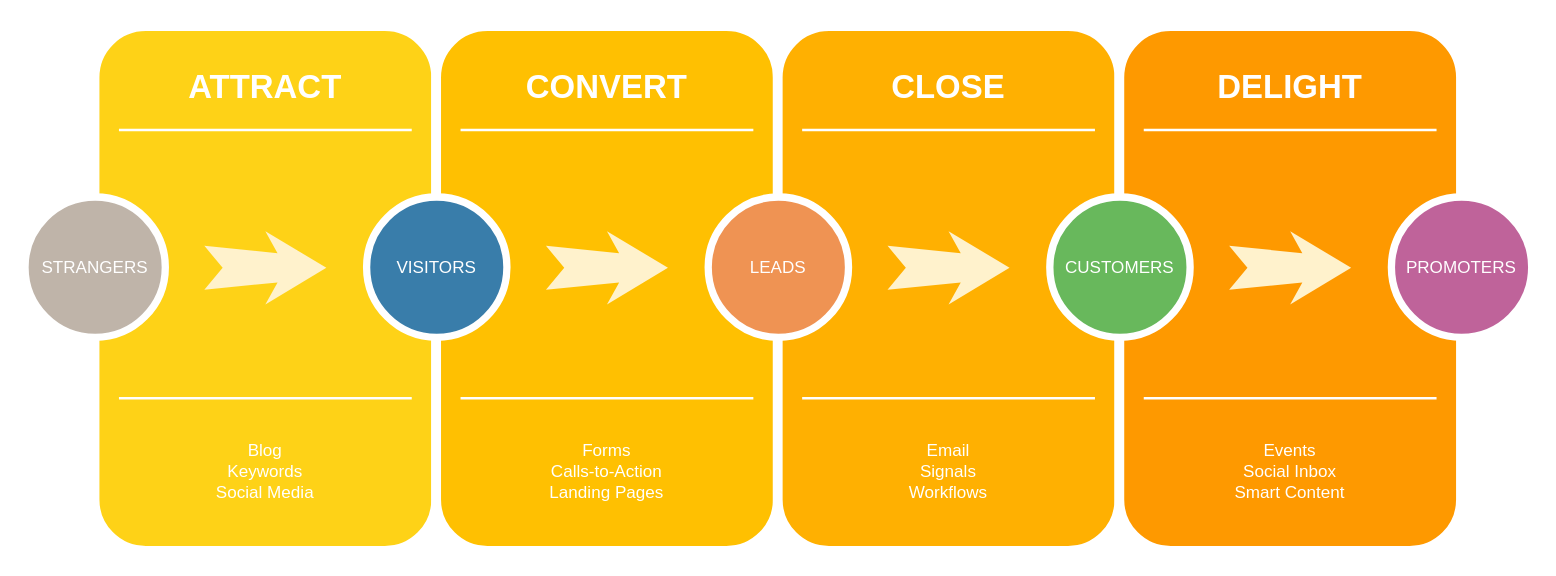
Above: footprint/Untitled Diagram.drawio in jLab-tech/jLab-Web3-Fullstack-Practice (draw.io), before the change. Source tidied: cells renumbered, new cells numbered last; positions are measured from the earlier drawing's top-left corner, leaving out a move shared by most shapes. Both pictures are drawn from the tidied source at 122%, with x=0, y=0 at pixel (24, 26).
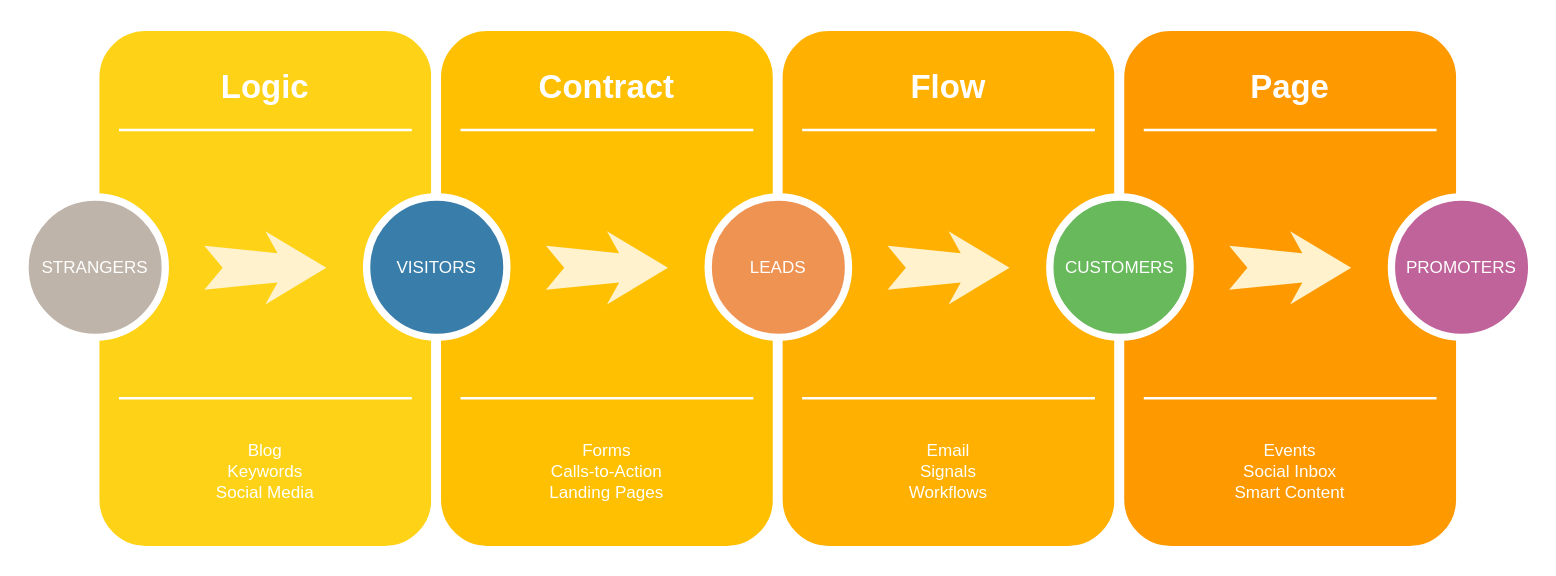
The same page after the edit.

Change to the diagram source:
```diff
@@
-    <mxCell id="3" value="ATTRACT" style="text;html=1;strokeColor=none;fillColor=none;align=center;verticalAlign=middle;whiteSpace=wrap;rounded=0;shadow=0;fontSize=27;fontColor=#FFFFFF;fontStyle=1;" parent="1" vertex="1">
+    <mxCell id="3" value="Logic" style="text;html=1;strokeColor=none;fillColor=none;align=center;verticalAlign=middle;whiteSpace=wrap;rounded=0;shadow=0;fontSize=27;fontColor=#FFFFFF;fontStyle=1;" parent="1" vertex="1">
       <mxGeometry x="57" y="20" width="280" height="60" as="geometry" />
     </mxCell>
@@
-    <mxCell id="10" value="CONVERT" style="text;html=1;strokeColor=none;fillColor=none;align=center;verticalAlign=middle;whiteSpace=wrap;rounded=0;shadow=0;fontSize=27;fontColor=#FFFFFF;fontStyle=1;" parent="1" vertex="1">
+    <mxCell id="10" value="Contract" style="text;html=1;strokeColor=none;fillColor=none;align=center;verticalAlign=middle;whiteSpace=wrap;rounded=0;shadow=0;fontSize=27;fontColor=#FFFFFF;fontStyle=1;" parent="1" vertex="1">
       <mxGeometry x="337" y="20" width="280" height="60" as="geometry" />
     </mxCell>
@@
-    <mxCell id="17" value="CLOSE" style="text;html=1;strokeColor=none;fillColor=none;align=center;verticalAlign=middle;whiteSpace=wrap;rounded=0;shadow=0;fontSize=27;fontColor=#FFFFFF;fontStyle=1;" parent="1" vertex="1">
+    <mxCell id="17" value="Flow" style="text;html=1;strokeColor=none;fillColor=none;align=center;verticalAlign=middle;whiteSpace=wrap;rounded=0;shadow=0;fontSize=27;fontColor=#FFFFFF;fontStyle=1;" parent="1" vertex="1">
       <mxGeometry x="617" y="20" width="280" height="60" as="geometry" />
     </mxCell>
@@
-    <mxCell id="24" value="DELIGHT" style="text;html=1;strokeColor=none;fillColor=none;align=center;verticalAlign=middle;whiteSpace=wrap;rounded=0;shadow=0;fontSize=27;fontColor=#FFFFFF;fontStyle=1;" parent="1" vertex="1">
+    <mxCell id="24" value="Page" style="text;html=1;strokeColor=none;fillColor=none;align=center;verticalAlign=middle;whiteSpace=wrap;rounded=0;shadow=0;fontSize=27;fontColor=#FFFFFF;fontStyle=1;" parent="1" vertex="1">
       <mxGeometry x="897" y="20" width="280" height="60" as="geometry" />
     </mxCell>
```
